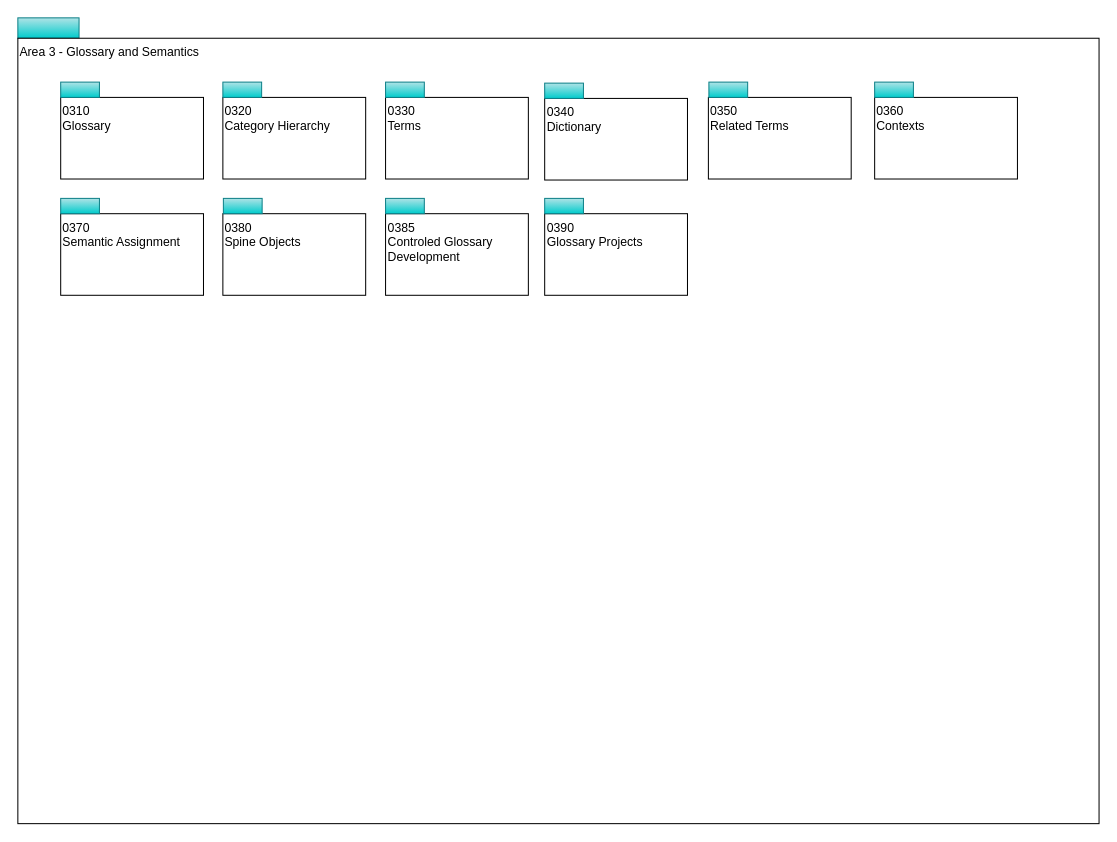
Earlier version of the draw.io diagram page "overview" (1 of 12) of open-metadata-publication/website/open-metadata-types/area-3-glossary.drawio (odpi/egeria). Source tidied: cells renumbered, new cells numbered last; positions are measured from the earlier drawing's top-left corner, leaving out a move shared by most shapes. Both pictures are drawn from the tidied source at 102%, with x=0, y=0 at pixel (17, 17).
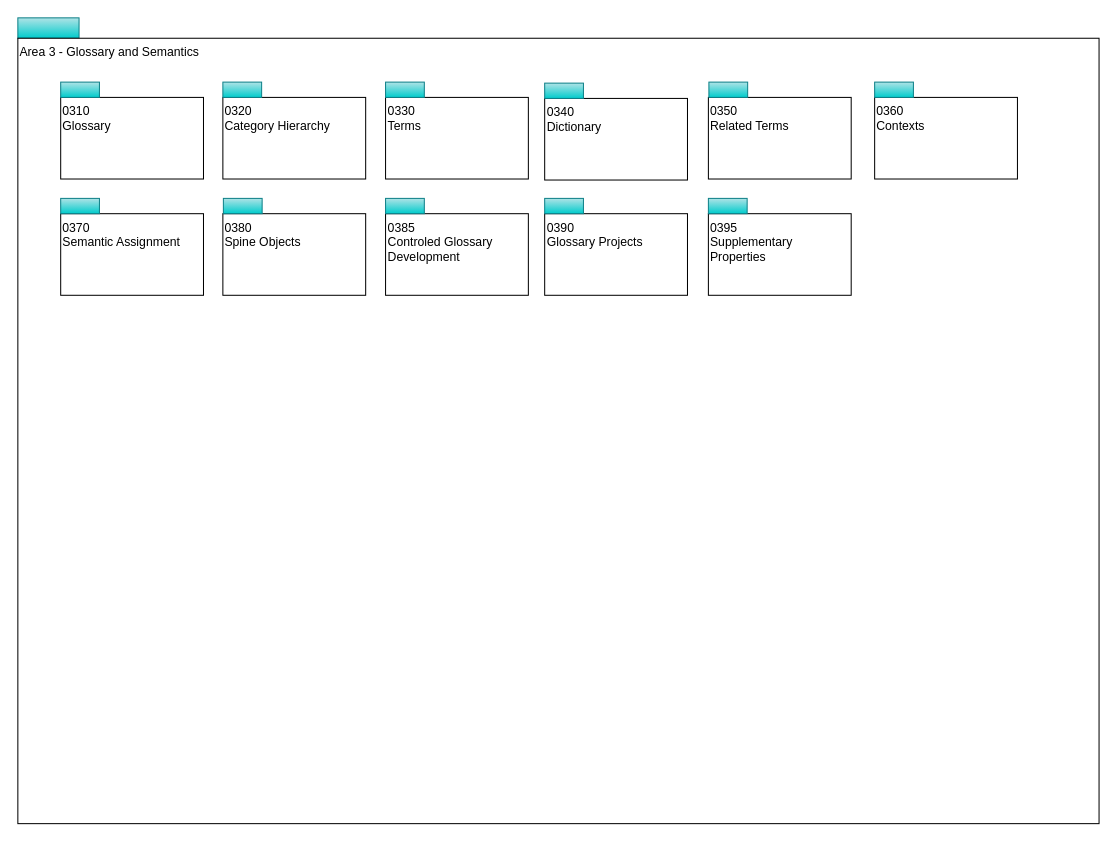
The same diagram, later.

Change to the diagram source:
```diff
@@
+    <mxCell id="24" value="0395&lt;br&gt;Supplementary Properties" style="rounded=0;whiteSpace=wrap;html=1;align=left;verticalAlign=top;" parent="1" vertex="1">
+      <mxGeometry x="677" y="192" width="140" height="80" as="geometry" />
+    </mxCell>
+    <mxCell id="25" style="rounded=0;whiteSpace=wrap;html=1;align=left;fillColor=#b0e3e6;strokeColor=#0e8088;gradientColor=#00CCCC;" parent="1" vertex="1">
+      <mxGeometry x="677" y="177" width="38" height="15" as="geometry" />
+    </mxCell>
```
